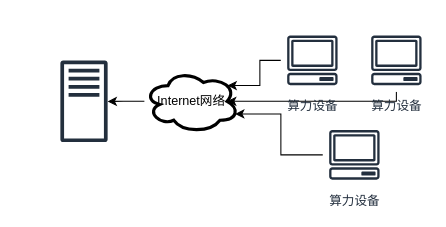
The draw.io diagram system_component.drawio in foreignbill/drawio, before the edit. Source tidied: cells renumbered, new cells numbered last; positions are measured from the earlier drawing's top-left corner, leaving out a move shared by most shapes. Both pictures are drawn from the tidied source at 105%, with x=0, y=0 at pixel (60, 28).
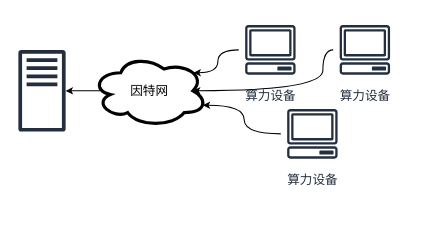
After the change.

Diff of the diagram source:
```diff
@@
 <mxGraphModel>
   <root>
     <mxCell id="0" />
     <mxCell id="1" parent="0" />
-    <mxCell id="2" style="sketch=0;outlineConnect=0;fontColor=#232F3E;gradientColor=none;fillColor=#232F3D;strokeColor=none;dashed=0;verticalLabelPosition=bottom;verticalAlign=top;align=center;html=1;fontSize=12;fontStyle=0;shape=mxgraph.aws4.traditional_server;" parent="1" vertex="1">
-      <mxGeometry y="30" width="45" height="78" as="geometry" />
+    <mxCell id="2" style="sketch=0;outlineConnect=0;fontColor=#232F3E;gradientColor=none;fillColor=#232F3D;strokeColor=none;dashed=0;verticalLabelPosition=bottom;verticalAlign=top;align=center;html=1;fontSize=12;fontStyle=0;shape=mxgraph.aws4.traditional_server;fontFamily=Times New Roman;" parent="1" vertex="1">
+      <mxGeometry x="-40" y="20" width="45" height="78" as="geometry" />
     </mxCell>
-    <mxCell id="3" style="edgeStyle=orthogonalEdgeStyle;rounded=0;jettySize=auto;html=1;entryX=0.875;entryY=0.5;entryDx=0;entryDy=0;entryPerimeter=0;" parent="1" edge="1" source="4" target="10">
+    <mxCell id="3" style="edgeStyle=orthogonalEdgeStyle;rounded=0;jettySize=auto;html=1;entryX=0.875;entryY=0.5;entryDx=0;entryDy=0;entryPerimeter=0;fontFamily=Times New Roman;curved=1;endSize=4;startSize=4;" parent="1" edge="1" source="4" target="10">
       <mxGeometry relative="1" as="geometry">
         <Array as="points">
-          <mxPoint x="320" y="69" />
+          <mxPoint x="250" y="20" />
+          <mxPoint x="250" y="59" />
         </Array>
       </mxGeometry>
     </mxCell>
-    <mxCell id="4" value="算力设备" style="sketch=0;outlineConnect=0;fontColor=#232F3E;gradientColor=none;strokeColor=#232F3E;fillColor=#ffffff;dashed=0;verticalLabelPosition=bottom;verticalAlign=top;align=center;html=1;fontSize=12;fontStyle=0;shape=mxgraph.aws4.resourceIcon;resIcon=mxgraph.aws4.client;" parent="1" vertex="1">
-      <mxGeometry x="290" width="60" height="60" as="geometry" />
+    <mxCell id="4" value="算力设备" style="sketch=0;outlineConnect=0;fontColor=#232F3E;gradientColor=none;strokeColor=#232F3E;fillColor=#ffffff;dashed=0;verticalLabelPosition=bottom;verticalAlign=top;align=center;html=1;fontSize=12;fontStyle=0;shape=mxgraph.aws4.resourceIcon;resIcon=mxgraph.aws4.client;fontFamily=Times New Roman;" parent="1" vertex="1">
+      <mxGeometry x="260" y="-10" width="60" height="60" as="geometry" />
     </mxCell>
-    <mxCell id="5" style="edgeStyle=orthogonalEdgeStyle;rounded=0;jettySize=auto;html=1;entryX=0.96;entryY=0.7;entryDx=0;entryDy=0;entryPerimeter=0;" parent="1" edge="1" source="6" target="10">
+    <mxCell id="5" style="edgeStyle=orthogonalEdgeStyle;rounded=0;jettySize=auto;html=1;entryX=0.96;entryY=0.7;entryDx=0;entryDy=0;entryPerimeter=0;fontFamily=Times New Roman;curved=1;endSize=4;startSize=4;" parent="1" edge="1" source="6" target="10">
       <mxGeometry relative="1" as="geometry" />
     </mxCell>
-    <mxCell id="6" value="算力设备" style="sketch=0;outlineConnect=0;fontColor=#232F3E;gradientColor=none;strokeColor=#232F3E;fillColor=#ffffff;dashed=0;verticalLabelPosition=bottom;verticalAlign=top;align=center;html=1;fontSize=12;fontStyle=0;shape=mxgraph.aws4.resourceIcon;resIcon=mxgraph.aws4.client;" parent="1" vertex="1">
-      <mxGeometry x="250" y="90" width="60" height="60" as="geometry" />
+    <mxCell id="6" value="算力设备" style="sketch=0;outlineConnect=0;fontColor=#232F3E;gradientColor=none;strokeColor=#232F3E;fillColor=#ffffff;dashed=0;verticalLabelPosition=bottom;verticalAlign=top;align=center;html=1;fontSize=12;fontStyle=0;shape=mxgraph.aws4.resourceIcon;resIcon=mxgraph.aws4.client;fontFamily=Times New Roman;" parent="1" vertex="1">
+      <mxGeometry x="210" y="70" width="60" height="60" as="geometry" />
     </mxCell>
-    <mxCell id="7" style="edgeStyle=orthogonalEdgeStyle;rounded=0;jettySize=auto;html=1;entryX=0.88;entryY=0.25;entryDx=0;entryDy=0;entryPerimeter=0;" parent="1" edge="1" source="8" target="10">
+    <mxCell id="7" style="edgeStyle=orthogonalEdgeStyle;rounded=0;jettySize=auto;html=1;entryX=0.88;entryY=0.25;entryDx=0;entryDy=0;entryPerimeter=0;fontFamily=Times New Roman;curved=1;endSize=4;startSize=4;" parent="1" edge="1" source="8" target="10">
       <mxGeometry relative="1" as="geometry" />
     </mxCell>
-    <mxCell id="8" value="算力设备" style="sketch=0;outlineConnect=0;fontColor=#232F3E;gradientColor=none;strokeColor=#232F3E;fillColor=#ffffff;dashed=0;verticalLabelPosition=bottom;verticalAlign=top;align=center;html=1;fontSize=12;fontStyle=0;shape=mxgraph.aws4.resourceIcon;resIcon=mxgraph.aws4.client;" parent="1" vertex="1">
-      <mxGeometry x="210" width="60" height="60" as="geometry" />
+    <mxCell id="8" value="算力设备" style="sketch=0;outlineConnect=0;fontColor=#232F3E;gradientColor=none;strokeColor=#232F3E;fillColor=#ffffff;dashed=0;verticalLabelPosition=bottom;verticalAlign=top;align=center;html=1;fontSize=12;fontStyle=0;shape=mxgraph.aws4.resourceIcon;resIcon=mxgraph.aws4.client;fontFamily=Times New Roman;" parent="1" vertex="1">
+      <mxGeometry x="170" y="-10" width="60" height="60" as="geometry" />
     </mxCell>
-    <mxCell id="9" style="edgeStyle=orthogonalEdgeStyle;rounded=0;jettySize=auto;html=1;" parent="1" edge="1" source="10" target="2">
+    <mxCell id="9" style="edgeStyle=orthogonalEdgeStyle;rounded=0;jettySize=auto;html=1;fontFamily=Times New Roman;curved=1;endSize=4;startSize=4;exitX=0.091;exitY=0.5;exitDx=0;exitDy=0;exitPerimeter=0;" parent="1" edge="1" source="10" target="2">
       <mxGeometry relative="1" as="geometry" />
     </mxCell>
-    <mxCell id="10" value="Internet网络" style="ellipse;shape=cloud;whiteSpace=wrap;html=1;strokeWidth=3;" parent="1" vertex="1">
-      <mxGeometry x="80" y="39" width="90" height="60" as="geometry" />
+    <mxCell id="10" value="因特网" style="ellipse;shape=cloud;whiteSpace=wrap;html=1;strokeWidth=3;fontFamily=Times New Roman;" parent="1" vertex="1">
+      <mxGeometry x="30" y="24.5" width="110" height="69" as="geometry" />
     </mxCell>
   </root>
 </mxGraphModel>
```
